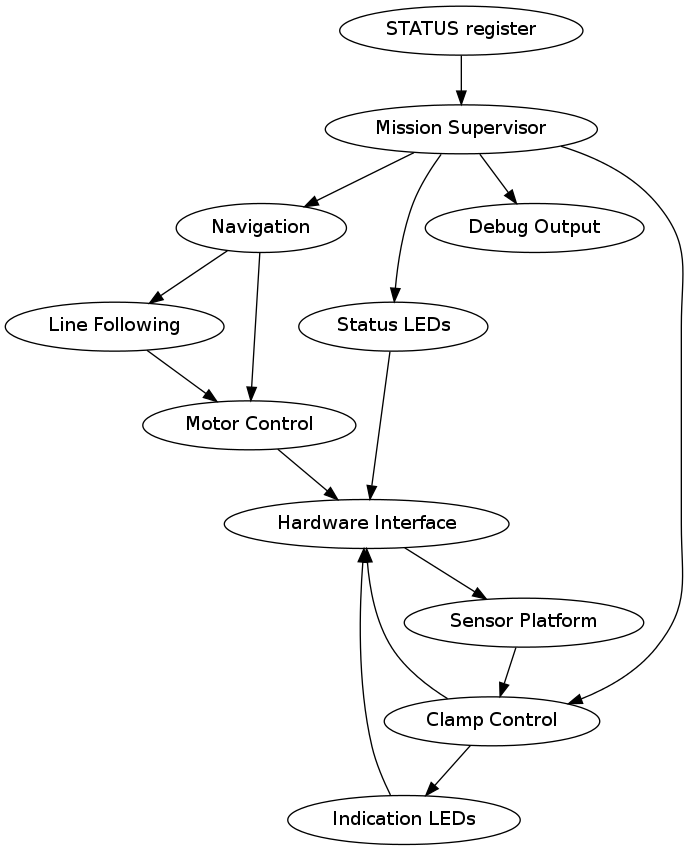
Earlier version of the Graphviz export misc/layout.png (adamgreig/IDP). Its source is kept beside it as misc/layout.dot.
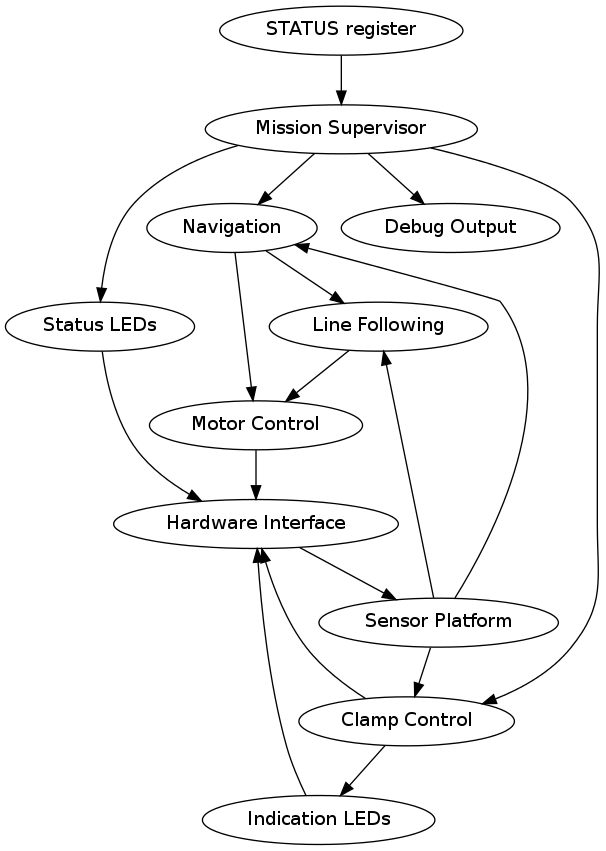
After the change.

What changed in the source:
```diff
@@ -9,6 +9,8 @@
     "Mission Supervisor" -> "Status LEDs";
     "Motor Control" -> "Hardware Interface";
     "Sensor Platform" -> "Clamp Control";
+    "Sensor Platform" -> "Line Following";
+    "Sensor Platform" -> "Navigation";
     "Clamp Control" -> "Indication LEDs";
     "Indication LEDs" -> "Hardware Interface";
     "Clamp Control" -> "Hardware Interface";
```
